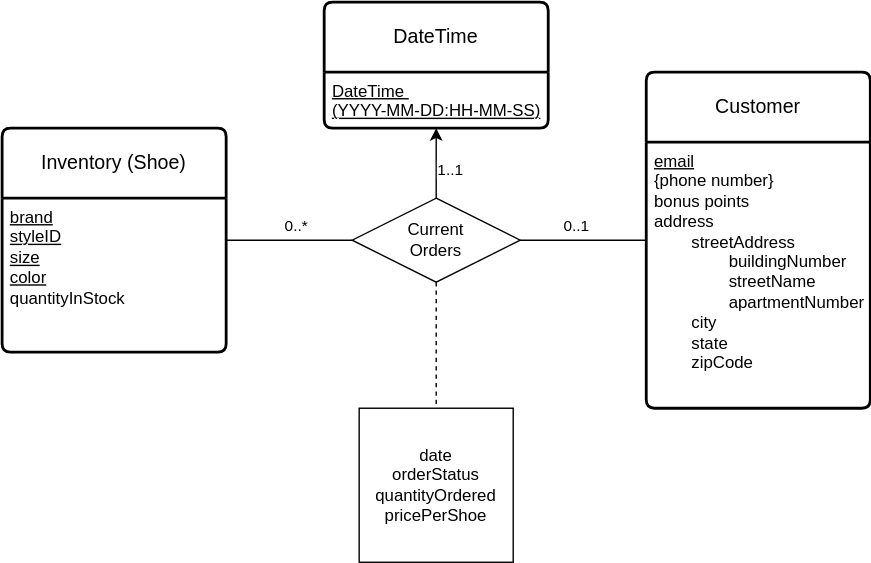
This is Classes + Uni/PDS/Homeworks/Homework 1/Drawings/P2Sb.drawio.svg from ivanearisty/obsidian, a draw.io export, as it was before one commit. Source tidied: cells renumbered, new cells last; positions are measured from the earlier drawing's top-left corner, leaving out a move shared by most shapes.
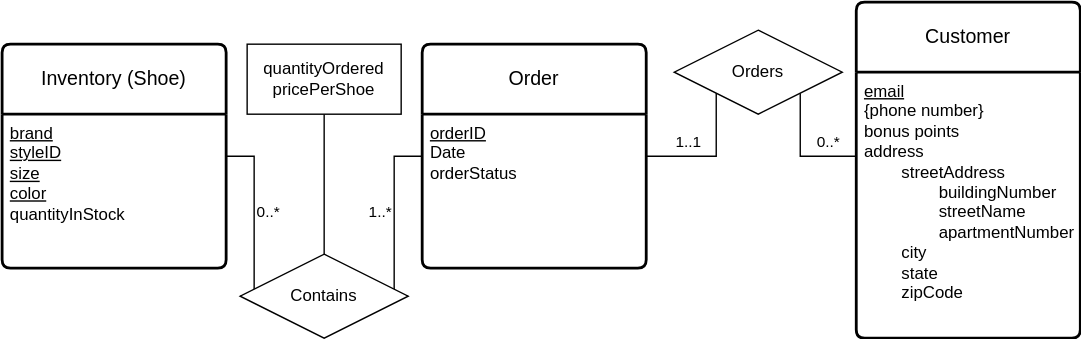
After the change.

Commit message:
vault backup: 2024-09-28 19:58:40

What changed in the source:
```diff
@@ -2,41 +2,55 @@
   <root>
     <mxCell id="0" />
     <mxCell id="1" parent="0" />
-    <mxCell id="2" value="0..1" style="edgeStyle=orthogonalEdgeStyle;rounded=0;jettySize=auto;html=1;endArrow=none;endFill=0;" parent="1" edge="1" source="3" target="10">
-      <mxGeometry x="0.11" y="-10" relative="1" as="geometry" />
+    <mxCell id="2" value="0..*" style="edgeStyle=orthogonalEdgeStyle;rounded=0;jettySize=auto;html=1;endArrow=none;endFill=0;" parent="1" edge="1" source="3" target="10">
+      <mxGeometry x="-0.53" y="-10" relative="1" as="geometry">
+        <Array as="points">
+          <mxPoint x="530" y="200" />
+        </Array>
+      </mxGeometry>
     </mxCell>
     <mxCell id="3" value="Customer" style="swimlane;horizontal=1;startSize=50;rounded=1;fontSize=14;fontStyle=0;strokeWidth=2;shadow=0;dashed=0;align=center;arcSize=4;whiteSpace=wrap;html=1;" parent="1" vertex="1">
-      <mxGeometry x="460" y="50" width="160" height="240" as="geometry" />
+      <mxGeometry x="570" y="90" width="160" height="240" as="geometry" />
     </mxCell>
     <mxCell id="4" value="&lt;u&gt;email&lt;/u&gt;&lt;div&gt;{phone number}&lt;/div&gt;&lt;div&gt;bonus points&lt;/div&gt;&lt;div&gt;address&lt;/div&gt;&lt;div&gt;&lt;span style=&quot;white-space: pre;&quot;&gt;&#9;&lt;/span&gt;streetAddress&lt;br&gt;&lt;/div&gt;&lt;div&gt;&lt;span style=&quot;white-space: pre;&quot;&gt;&#9;&lt;/span&gt;&lt;span style=&quot;white-space: pre;&quot;&gt;&#9;&lt;/span&gt;buildingNumber&amp;nbsp;&lt;br&gt;&lt;/div&gt;&lt;div&gt;&lt;span style=&quot;white-space: pre;&quot;&gt;&#9;&lt;/span&gt;&lt;span style=&quot;white-space: pre;&quot;&gt;&#9;&lt;/span&gt;streetName&lt;br&gt;&lt;/div&gt;&lt;div&gt;&lt;span style=&quot;white-space: pre;&quot;&gt;&#9;&lt;/span&gt;&lt;span style=&quot;white-space: pre;&quot;&gt;&#9;&lt;/span&gt;apartmentNumber&lt;br&gt;&lt;/div&gt;&lt;div&gt;&lt;span style=&quot;white-space: pre;&quot;&gt;&#9;&lt;/span&gt;city&lt;br&gt;&lt;/div&gt;&lt;div&gt;&lt;span style=&quot;white-space: pre;&quot;&gt;&#9;&lt;/span&gt;state&lt;br&gt;&lt;/div&gt;&lt;div&gt;&lt;span style=&quot;white-space: pre;&quot;&gt;&#9;&lt;/span&gt;zipCode&lt;br&gt;&lt;/div&gt;" style="align=left;strokeColor=none;fillColor=none;spacingLeft=4;fontSize=12;verticalAlign=top;html=1;" parent="3" vertex="1">
       <mxGeometry y="50" width="160" height="190" as="geometry" />
     </mxCell>
-    <mxCell id="5" value="0..*" style="edgeStyle=orthogonalEdgeStyle;rounded=0;jettySize=auto;html=1;endArrow=none;endFill=0;" parent="1" edge="1" source="6" target="10">
-      <mxGeometry x="0.11" y="10" relative="1" as="geometry" />
+    <mxCell id="5" value="1..1" style="edgeStyle=orthogonalEdgeStyle;rounded=0;jettySize=auto;html=1;endArrow=none;endFill=0;" parent="1" edge="1" source="16" target="10">
+      <mxGeometry x="-0.37" y="10" relative="1" as="geometry">
+        <Array as="points">
+          <mxPoint x="470" y="200" />
+        </Array>
+      </mxGeometry>
     </mxCell>
+    <mxCell id="14" value="0..*" style="edgeStyle=orthogonalEdgeStyle;rounded=0;jettySize=auto;html=1;endArrow=none;endFill=0;" parent="1" edge="1" source="6" target="19">
+      <mxGeometry x="-0.08" y="10" relative="1" as="geometry" />
+    </mxCell>
     <mxCell id="6" value="Inventory (Shoe)" style="swimlane;horizontal=1;startSize=50;rounded=1;fontSize=14;fontStyle=0;strokeWidth=2;shadow=0;dashed=0;align=center;arcSize=4;whiteSpace=wrap;html=1;" parent="1" vertex="1">
-      <mxGeometry y="90" width="160" height="160" as="geometry" />
+      <mxGeometry x="-40" y="120" width="160" height="160" as="geometry" />
     </mxCell>
     <mxCell id="7" value="&lt;u&gt;brand&lt;/u&gt;&lt;div&gt;&lt;u&gt;styleID&lt;/u&gt;&lt;/div&gt;&lt;div&gt;&lt;u&gt;size&lt;/u&gt;&lt;/div&gt;&lt;div&gt;&lt;u&gt;color&lt;/u&gt;&lt;/div&gt;&lt;div&gt;quantityInStock&lt;/div&gt;" style="align=left;strokeColor=none;fillColor=none;spacingLeft=4;fontSize=12;verticalAlign=top;html=1;" parent="6" vertex="1">
       <mxGeometry y="50" width="160" height="110" as="geometry" />
     </mxCell>
-    <mxCell id="8" style="edgeStyle=orthogonalEdgeStyle;rounded=0;jettySize=auto;html=1;exitX=0.5;exitY=1;exitDx=0;exitDy=0;endArrow=none;endFill=0;dashed=1;" parent="1" edge="1" source="10" target="11">
-      <mxGeometry relative="1" as="geometry" />
-    </mxCell>
-    <mxCell id="9" value="1..1" style="edgeStyle=orthogonalEdgeStyle;rounded=0;jettySize=auto;html=1;" parent="1" edge="1" source="10" target="12">
-      <mxGeometry x="-0.2" y="-10" relative="1" as="geometry" />
-    </mxCell>
-    <mxCell id="10" value="Current&lt;div&gt;Orders&lt;/div&gt;" style="shape=rhombus;perimeter=rhombusPerimeter;whiteSpace=wrap;html=1;align=center;" parent="1" vertex="1">
-      <mxGeometry x="250" y="140" width="120" height="60" as="geometry" />
+    <mxCell id="10" value="Orders" style="shape=rhombus;perimeter=rhombusPerimeter;whiteSpace=wrap;html=1;align=center;" parent="1" vertex="1">
+      <mxGeometry x="440" y="110" width="120" height="60" as="geometry" />
     </mxCell>
-    <mxCell id="11" value="date&lt;div&gt;orderStatus&lt;/div&gt;&lt;div&gt;quantityOrdered&lt;/div&gt;&lt;div&gt;pricePerShoe&lt;/div&gt;" style="html=1;whiteSpace=wrap;fillColor=none;" parent="1" vertex="1">
-      <mxGeometry x="255" y="290" width="110" height="110" as="geometry" />
-    </mxCell>
-    <mxCell id="12" value="DateTime" style="swimlane;horizontal=1;startSize=50;rounded=1;fontSize=14;fontStyle=0;strokeWidth=2;shadow=0;dashed=0;align=center;arcSize=4;whiteSpace=wrap;html=1;" parent="1" vertex="1">
-      <mxGeometry x="230" width="160" height="90" as="geometry" />
-    </mxCell>
-    <mxCell id="13" value="&lt;u&gt;DateTime&amp;nbsp;&lt;/u&gt;&lt;div&gt;&lt;u&gt;(YYYY-MM-DD:HH-MM-SS)&lt;/u&gt;&lt;/div&gt;" style="align=left;strokeColor=none;fillColor=none;spacingLeft=4;fontSize=12;verticalAlign=top;html=1;" parent="12" vertex="1">
-      <mxGeometry y="50" width="160" height="40" as="geometry" />
-    </mxCell>
+    <mxCell id="15" value="1..*" style="edgeStyle=orthogonalEdgeStyle;rounded=0;jettySize=auto;html=1;endArrow=none;endFill=0;" parent="1" edge="1" source="16" target="19">
+      <mxGeometry x="-0.08" y="-10" relative="1" as="geometry" />
+    </mxCell>
+    <mxCell id="16" value="Order" style="swimlane;horizontal=1;startSize=50;rounded=1;fontSize=14;fontStyle=0;strokeWidth=2;shadow=0;dashed=0;align=center;arcSize=4;whiteSpace=wrap;html=1;" parent="1" vertex="1">
+      <mxGeometry x="260" y="120" width="160" height="160" as="geometry" />
+    </mxCell>
+    <mxCell id="17" value="&lt;u&gt;orderID&lt;/u&gt;&lt;div&gt;Date&lt;/div&gt;&lt;div&gt;orderStatus&lt;/div&gt;" style="align=left;strokeColor=none;fillColor=none;spacingLeft=4;fontSize=12;verticalAlign=top;html=1;" parent="16" vertex="1">
+      <mxGeometry y="50" width="160" height="110" as="geometry" />
+    </mxCell>
+    <mxCell id="18" style="edgeStyle=orthogonalEdgeStyle;rounded=0;jettySize=auto;html=1;endArrow=none;endFill=0;" parent="1" edge="1" source="19" target="20">
+      <mxGeometry relative="1" as="geometry" />
+    </mxCell>
+    <mxCell id="19" value="Contains" style="shape=rhombus;perimeter=rhombusPerimeter;whiteSpace=wrap;html=1;align=center;" parent="1" vertex="1">
+      <mxGeometry x="130" y="270" width="120" height="60" as="geometry" />
+    </mxCell>
+    <mxCell id="20" value="quantityOrdered&lt;div&gt;pricePerShoe&lt;/div&gt;" style="html=1;whiteSpace=wrap;" parent="1" vertex="1">
+      <mxGeometry x="135" y="120" width="110" height="50" as="geometry" />
+    </mxCell>
   </root>
 </mxGraphModel>
```
